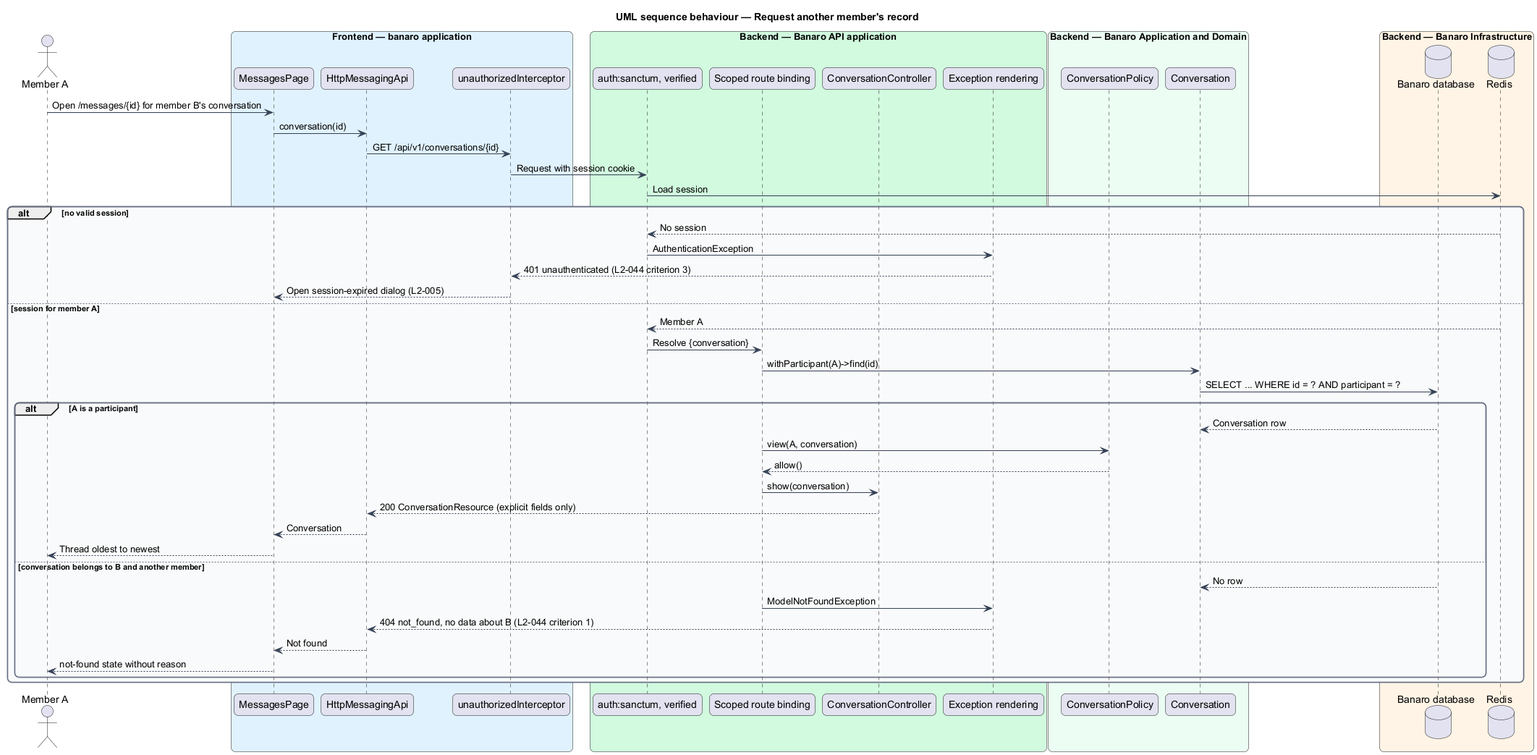
This is docs/detailed-designs/security/scope-data-access/diagrams/sequence-read-owned-record.png from QuinntyneBrown/banaro, a PlantUML export, as it was before one commit. Source of this version:
```plantuml
@startuml
title UML sequence behaviour — Request another member's record
skinparam backgroundColor #FFFFFF
skinparam shadowing false
skinparam roundcorner 12
skinparam defaultFontName Arial
skinparam ArrowColor #344054
skinparam rectangle {
  BorderColor #344054
  FontColor #101828
}
skinparam package {
  BorderColor #667085
  FontColor #101828
  BackgroundColor #F9FAFB
}
actor "Member A" as actor
box "Frontend — banaro application" #E0F2FE
  participant "MessagesPage" as page
  participant "HttpMessagingApi" as client
  participant "unauthorizedInterceptor" as interceptor
end box
box "Backend — Banaro API application" #D1FADF
  participant "auth:sanctum, verified" as auth
  participant "Scoped route binding" as binding
  participant "ConversationController" as controller
  participant "Exception rendering" as handler
end box
box "Backend — Banaro Application and Domain" #ECFDF3
  participant "ConversationPolicy" as policy
  participant "Conversation" as model
end box
box "Backend — Banaro Infrastructure" #FFF4E5
  database "Banaro database" as db
  database "Redis" as redis
end box

actor -> page : Open /messages/{id} for member B's conversation
page -> client : conversation(id)
client -> interceptor : GET /api/v1/conversations/{id}
interceptor -> auth : Request with session cookie
auth -> redis : Load session
alt no valid session
  redis --> auth : No session
  auth -> handler : AuthenticationException
  handler --> interceptor : 401 unauthenticated (L2-044 criterion 3)
  interceptor --> page : Open session-expired dialog (L2-005)
else session for member A
  redis --> auth : Member A
  auth -> binding : Resolve {conversation}
  binding -> model : withParticipant(A)->find(id)
  model -> db : SELECT ... WHERE id = ? AND participant = ?
  alt A is a participant
    db --> model : Conversation row
    binding -> policy : view(A, conversation)
    policy --> binding : allow()
    binding -> controller : show(conversation)
    controller --> client : 200 ConversationResource (explicit fields only)
    client --> page : Conversation
    page --> actor : Thread oldest to newest
  else conversation belongs to B and another member
    db --> model : No row
    binding -> handler : ModelNotFoundException
    handler --> client : 404 not_found, no data about B (L2-044 criterion 1)
    client --> page : Not found
    page --> actor : not-found state without reason
  end
end
@enduml
```
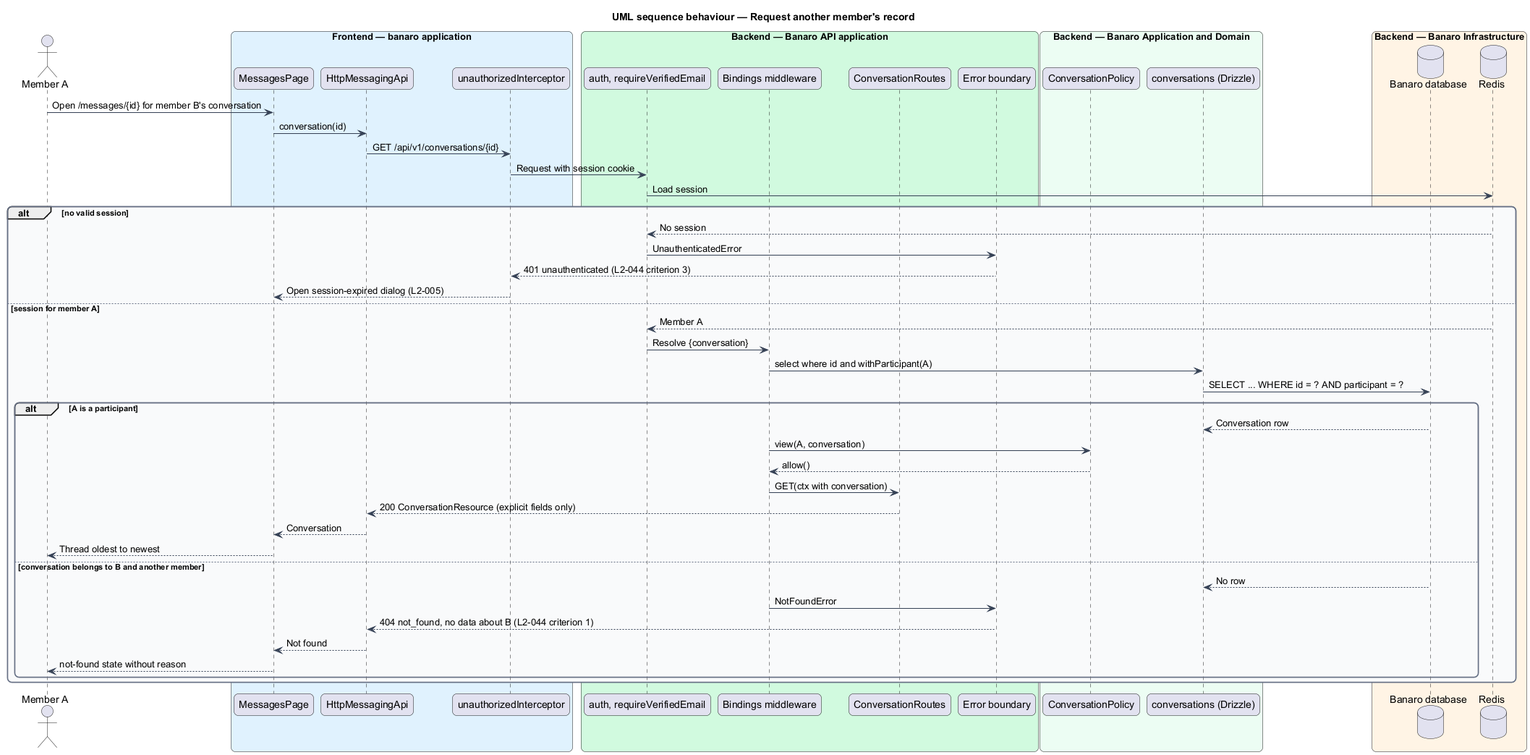
After the change.

Diff of the diagram source:
```diff
@@ -21,14 +21,14 @@
   participant "unauthorizedInterceptor" as interceptor
 end box
 box "Backend — Banaro API application" #D1FADF
-  participant "auth:sanctum, verified" as auth
-  participant "Scoped route binding" as binding
-  participant "ConversationController" as controller
-  participant "Exception rendering" as handler
+  participant "auth, requireVerifiedEmail" as auth
+  participant "Bindings middleware" as binding
+  participant "ConversationRoutes" as controller
+  participant "Error boundary" as handler
 end box
 box "Backend — Banaro Application and Domain" #ECFDF3
   participant "ConversationPolicy" as policy
-  participant "Conversation" as model
+  participant "conversations (Drizzle)" as model
 end box
 box "Backend — Banaro Infrastructure" #FFF4E5
   database "Banaro database" as db
@@ -42,25 +42,25 @@
 auth -> redis : Load session
 alt no valid session
   redis --> auth : No session
-  auth -> handler : AuthenticationException
+  auth -> handler : UnauthenticatedError
   handler --> interceptor : 401 unauthenticated (L2-044 criterion 3)
   interceptor --> page : Open session-expired dialog (L2-005)
 else session for member A
   redis --> auth : Member A
   auth -> binding : Resolve {conversation}
-  binding -> model : withParticipant(A)->find(id)
+  binding -> model : select where id and withParticipant(A)
   model -> db : SELECT ... WHERE id = ? AND participant = ?
   alt A is a participant
     db --> model : Conversation row
     binding -> policy : view(A, conversation)
     policy --> binding : allow()
-    binding -> controller : show(conversation)
+    binding -> controller : GET(ctx with conversation)
     controller --> client : 200 ConversationResource (explicit fields only)
     client --> page : Conversation
     page --> actor : Thread oldest to newest
   else conversation belongs to B and another member
     db --> model : No row
-    binding -> handler : ModelNotFoundException
+    binding -> handler : NotFoundError
     handler --> client : 404 not_found, no data about B (L2-044 criterion 1)
     client --> page : Not found
     page --> actor : not-found state without reason
```
